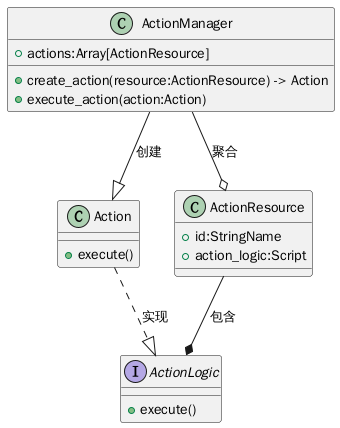
Above: 程序架构/action_struct.png in minkieyume/nightcat-srpg (PlantUML), before the change. The source it was exported from:
```plantuml
@startuml
class Action{
+ execute()
}
class ActionManager{
+ actions:Array[ActionResource]
+ create_action(resource:ActionResource) -> Action
+ execute_action(action:Action)
}
class ActionResource{
+ id:StringName
+ action_logic:Script
}
interface ActionLogic{
+ execute()
}

Action ..|> ActionLogic : 实现
ActionManager --|> Action : 创建
ActionManager --o ActionResource : 聚合
ActionResource --* ActionLogic : 包含
@enduml
```
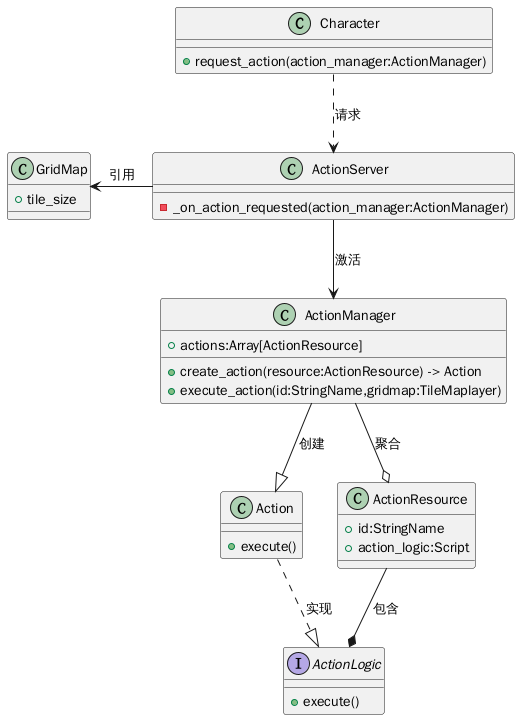
The same diagram one commit later.

What changed in the source:
```diff
@@ -1,15 +1,24 @@
 @startuml
+class Character{
++ request_action(action_manager:ActionManager)
+}
 class Action{
 + execute()
 }
 class ActionManager{
 + actions:Array[ActionResource]
 + create_action(resource:ActionResource) -> Action
-+ execute_action(action:Action)
++ execute_action(id:StringName,gridmap:TileMaplayer)
 }
 class ActionResource{
 + id:StringName
 + action_logic:Script
+}
+class ActionServer{
+- _on_action_requested(action_manager:ActionManager)
+}
+class GridMap{
++ tile_size
 }
 interface ActionLogic{
 + execute()
@@ -19,4 +28,7 @@
 ActionManager --|> Action : 创建
 ActionManager --o ActionResource : 聚合
 ActionResource --* ActionLogic : 包含
+Character ..> ActionServer : 请求
+ActionServer --> ActionManager : 激活
+ActionServer -left-> GridMap : 引用
 @enduml
```
